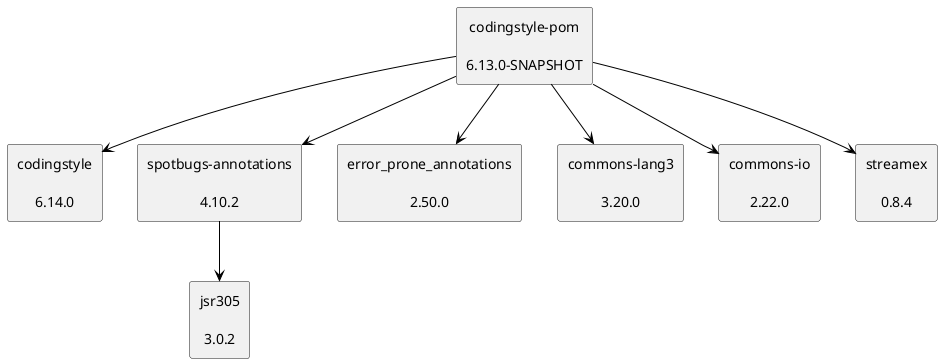
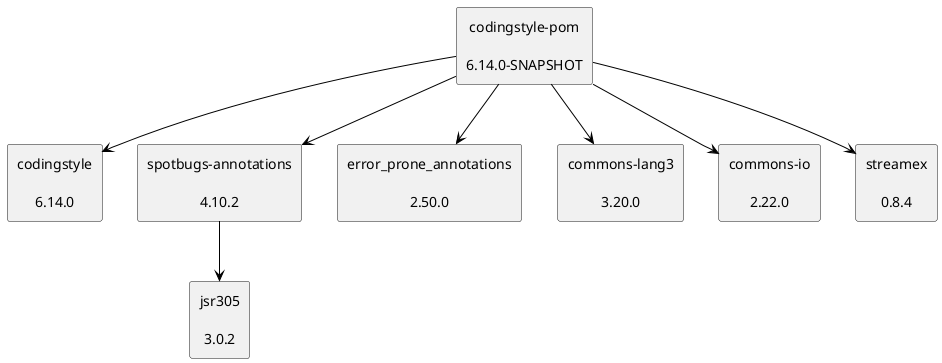
@startuml
skinparam defaultTextAlignment center
skinparam rectangle {
  BackgroundColor<<optional>> beige
  BackgroundColor<<test>> lightGreen
  BackgroundColor<<runtime>> lightBlue
  BackgroundColor<<provided>> lightGray
}
- rectangle "codingstyle-pom\n\n6.13.0-SNAPSHOT" as edu_hm_hafner_codingstyle_pom_pom
+ rectangle "codingstyle-pom\n\n6.14.0-SNAPSHOT" as edu_hm_hafner_codingstyle_pom_pom
rectangle "codingstyle\n\n6.14.0" as edu_hm_hafner_codingstyle_jar
rectangle "spotbugs-annotations\n\n4.10.2" as com_github_spotbugs_spotbugs_annotations_jar
rectangle "jsr305\n\n3.0.2" as com_google_code_findbugs_jsr305_jar
rectangle "error_prone_annotations\n\n2.50.0" as com_google_errorprone_error_prone_annotations_jar
rectangle "commons-lang3\n\n3.20.0" as org_apache_commons_commons_lang3_jar
rectangle "commons-io\n\n2.22.0" as commons_io_commons_io_jar
rectangle "streamex\n\n0.8.4" as one_util_streamex_jar
edu_hm_hafner_codingstyle_pom_pom -[#000000]-> edu_hm_hafner_codingstyle_jar
com_github_spotbugs_spotbugs_annotations_jar -[#000000]-> com_google_code_findbugs_jsr305_jar
edu_hm_hafner_codingstyle_pom_pom -[#000000]-> com_github_spotbugs_spotbugs_annotations_jar
edu_hm_hafner_codingstyle_pom_pom -[#000000]-> com_google_errorprone_error_prone_annotations_jar
edu_hm_hafner_codingstyle_pom_pom -[#000000]-> org_apache_commons_commons_lang3_jar
edu_hm_hafner_codingstyle_pom_pom -[#000000]-> commons_io_commons_io_jar
edu_hm_hafner_codingstyle_pom_pom -[#000000]-> one_util_streamex_jar
@enduml